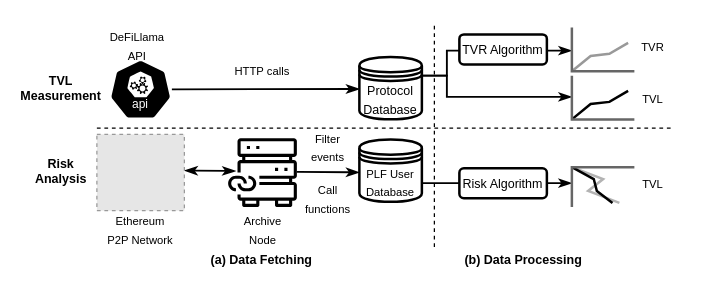
lyc0603/tvl-measurement keeps this draw.io diagram as diagrams/data_pip.drawio. Above is the earlier version. Source tidied: cells renumbered, new cells numbered last; positions are measured from the earlier drawing's top-left corner, leaving out a move shared by most shapes. Both pictures are drawn from the tidied source at 125%, with x=0, y=0 at pixel (21, 21). Pictures stored in the file or linked from it are replaced by grey dashed boxes.
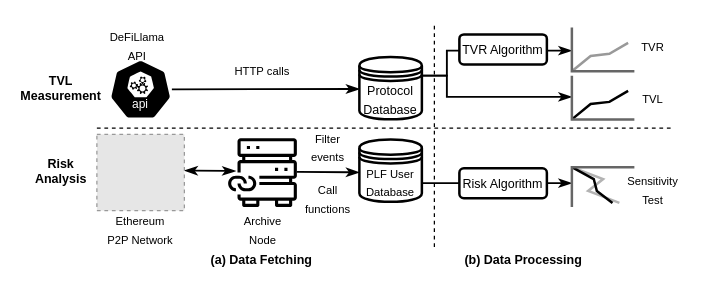
The same diagram, later.

What changed in the source:
```diff
@@
-    <mxCell id="36" value="&lt;font style=&quot;font-size: 9px;&quot;&gt;TVL&lt;br&gt;&lt;/font&gt;" style="text;html=1;strokeColor=none;fillColor=none;align=center;verticalAlign=middle;whiteSpace=wrap;rounded=0;" parent="1" vertex="1">
-      <mxGeometry x="490" y="119.1" width="30" height="20" as="geometry" />
+    <mxCell id="36" value="&lt;font style=&quot;font-size: 9px;&quot;&gt;Sensitivity&lt;br&gt;Test&lt;br&gt;&lt;/font&gt;" style="text;html=1;strokeColor=none;fillColor=none;align=center;verticalAlign=middle;whiteSpace=wrap;rounded=0;" parent="1" vertex="1">
+      <mxGeometry x="485" y="124" width="40" height="20" as="geometry" />
     </mxCell>
```
